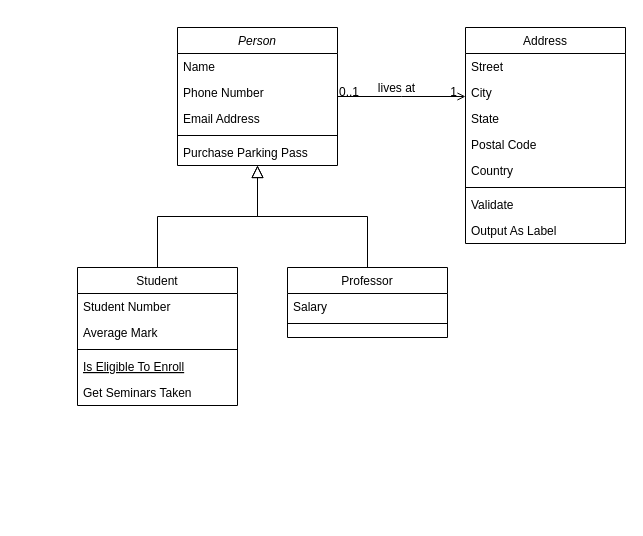
Earlier version of the draw.io diagram Diagrama sin título.drawio (ObedG/RetoA). Source tidied: cells renumbered, new cells numbered last; positions are measured from the earlier drawing's top-left corner, leaving out a move shared by most shapes. Both pictures are drawn from the tidied source at 100%, with x=0, y=0 at pixel (77, 27).
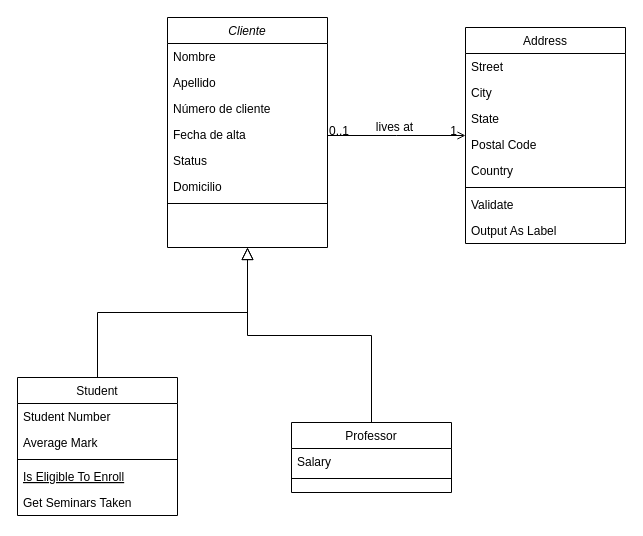
Above is the later version.

Commit message:
Diseño API REST

What changed in the source:
```diff
@@
-    <mxCell id="2" value="Person" style="swimlane;fontStyle=2;align=center;verticalAlign=top;horizontal=1;startSize=26;rounded=0;shadow=0;strokeWidth=1;" parent="1" vertex="1">
-      <mxGeometry x="100" width="160" height="138" as="geometry" />
+    <mxCell id="2" value="Cliente" style="swimlane;fontStyle=2;align=center;verticalAlign=top;horizontal=1;startSize=26;rounded=0;shadow=0;strokeWidth=1;" parent="1" vertex="1">
+      <mxGeometry x="90" y="-10" width="160" height="230" as="geometry" />
     </mxCell>
-    <mxCell id="3" value="Name" style="text;align=left;verticalAlign=top;spacingLeft=4;spacingRight=4;overflow=hidden;" parent="2" vertex="1">
+    <mxCell id="3" value="Nombre" style="text;align=left;verticalAlign=top;spacingLeft=4;spacingRight=4;overflow=hidden;" parent="2" vertex="1">
       <mxGeometry y="26" width="160" height="26" as="geometry" />
     </mxCell>
-    <mxCell id="4" value="Phone Number" style="text;align=left;verticalAlign=top;spacingLeft=4;spacingRight=4;overflow=hidden;rounded=0;shadow=0;html=0;" parent="2" vertex="1">
+    <mxCell id="4" value="Apellido" style="text;align=left;verticalAlign=top;spacingLeft=4;spacingRight=4;overflow=hidden;rounded=0;shadow=0;html=0;" parent="2" vertex="1">
       <mxGeometry y="52" width="160" height="26" as="geometry" />
     </mxCell>
-    <mxCell id="5" value="Email Address" style="text;align=left;verticalAlign=top;spacingLeft=4;spacingRight=4;overflow=hidden;rounded=0;shadow=0;html=0;" parent="2" vertex="1">
+    <mxCell id="5" value="Número de cliente&#10; " style="text;align=left;verticalAlign=top;spacingLeft=4;spacingRight=4;overflow=hidden;rounded=0;shadow=0;html=0;" parent="2" vertex="1">
       <mxGeometry y="78" width="160" height="26" as="geometry" />
     </mxCell>
+    <mxCell id="7" value="Fecha de alta&#10;" style="text;align=left;verticalAlign=top;spacingLeft=4;spacingRight=4;overflow=hidden;" parent="2" vertex="1">
+      <mxGeometry y="104" width="160" height="26" as="geometry" />
+    </mxCell>
+    <mxCell id="32" value="Status" style="text;align=left;verticalAlign=top;spacingLeft=4;spacingRight=4;overflow=hidden;" parent="2" vertex="1">
+      <mxGeometry y="130" width="160" height="26" as="geometry" />
+    </mxCell>
+    <mxCell id="33" value="Domicilio" style="text;align=left;verticalAlign=top;spacingLeft=4;spacingRight=4;overflow=hidden;" parent="2" vertex="1">
+      <mxGeometry y="156" width="160" height="26" as="geometry" />
+    </mxCell>
     <mxCell id="6" style="line;html=1;strokeWidth=1;align=left;verticalAlign=middle;spacingTop=-1;spacingLeft=3;spacingRight=3;labelPosition=right;" parent="2" vertex="1">
-      <mxGeometry y="104" width="160" height="8" as="geometry" />
+      <mxGeometry y="182" width="160" height="8" as="geometry" />
     </mxCell>
-    <mxCell id="7" value="Purchase Parking Pass" style="text;align=left;verticalAlign=top;spacingLeft=4;spacingRight=4;overflow=hidden;" parent="2" vertex="1">
-      <mxGeometry y="112" width="160" height="26" as="geometry" />
-    </mxCell>
     <mxCell id="8" value="Student" style="swimlane;fontStyle=0;align=center;verticalAlign=top;horizontal=1;startSize=26;rounded=0;shadow=0;strokeWidth=1;" parent="1" vertex="1">
-      <mxGeometry y="240" width="160" height="138" as="geometry" />
+      <mxGeometry x="-60" y="350" width="160" height="138" as="geometry" />
     </mxCell>
@@
     <mxCell id="15" value="Professor" style="swimlane;fontStyle=0;align=center;verticalAlign=top;horizontal=1;startSize=26;rounded=0;shadow=0;strokeWidth=1;" parent="1" vertex="1">
-      <mxGeometry x="210" y="240" width="160" height="70" as="geometry" />
+      <mxGeometry x="214" y="395" width="160" height="70" as="geometry" />
     </mxCell>
```
